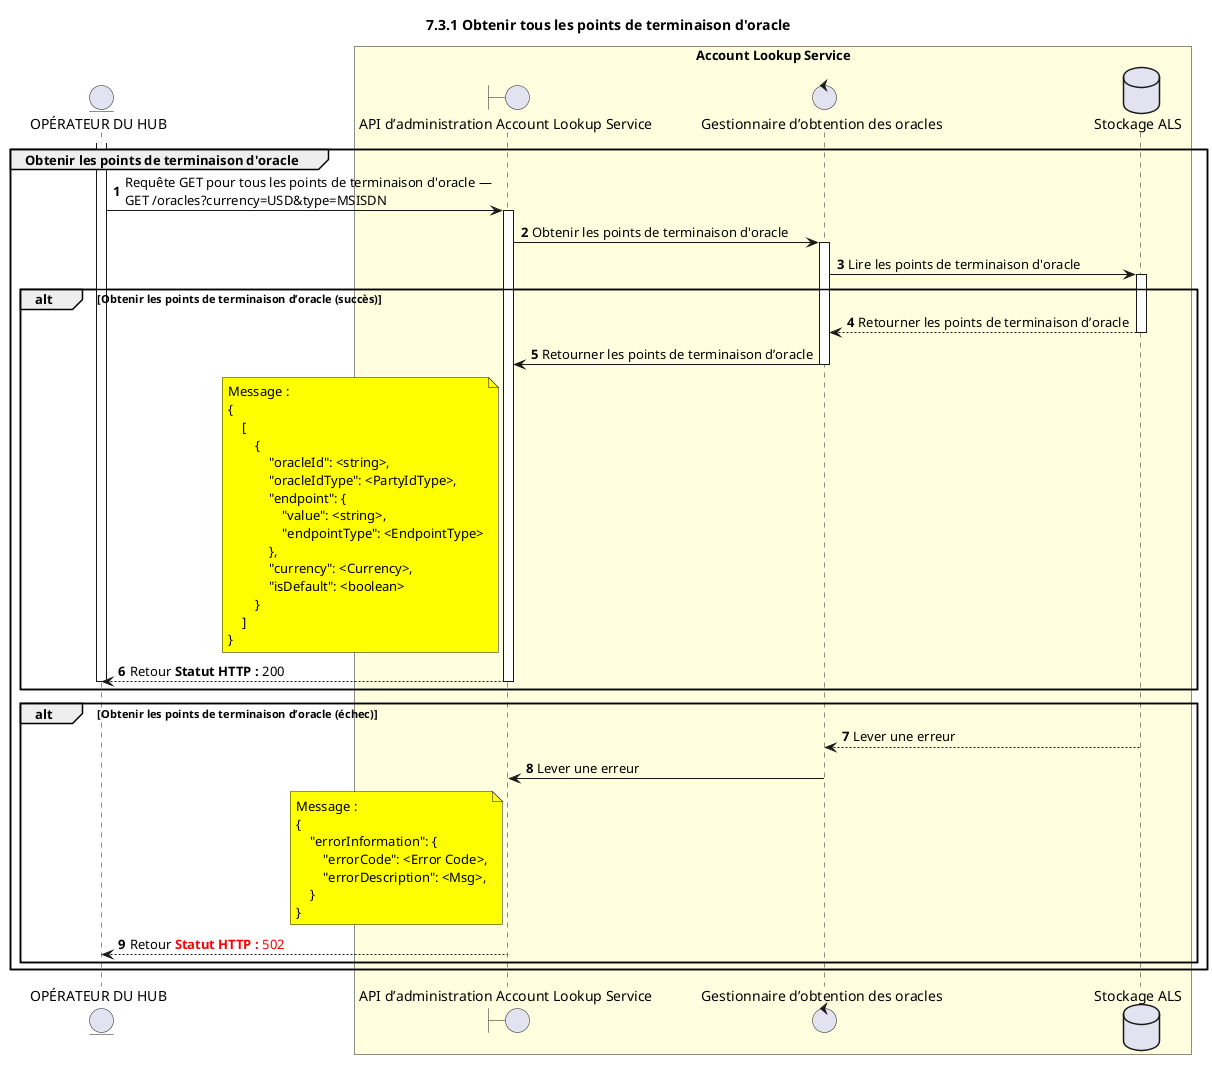
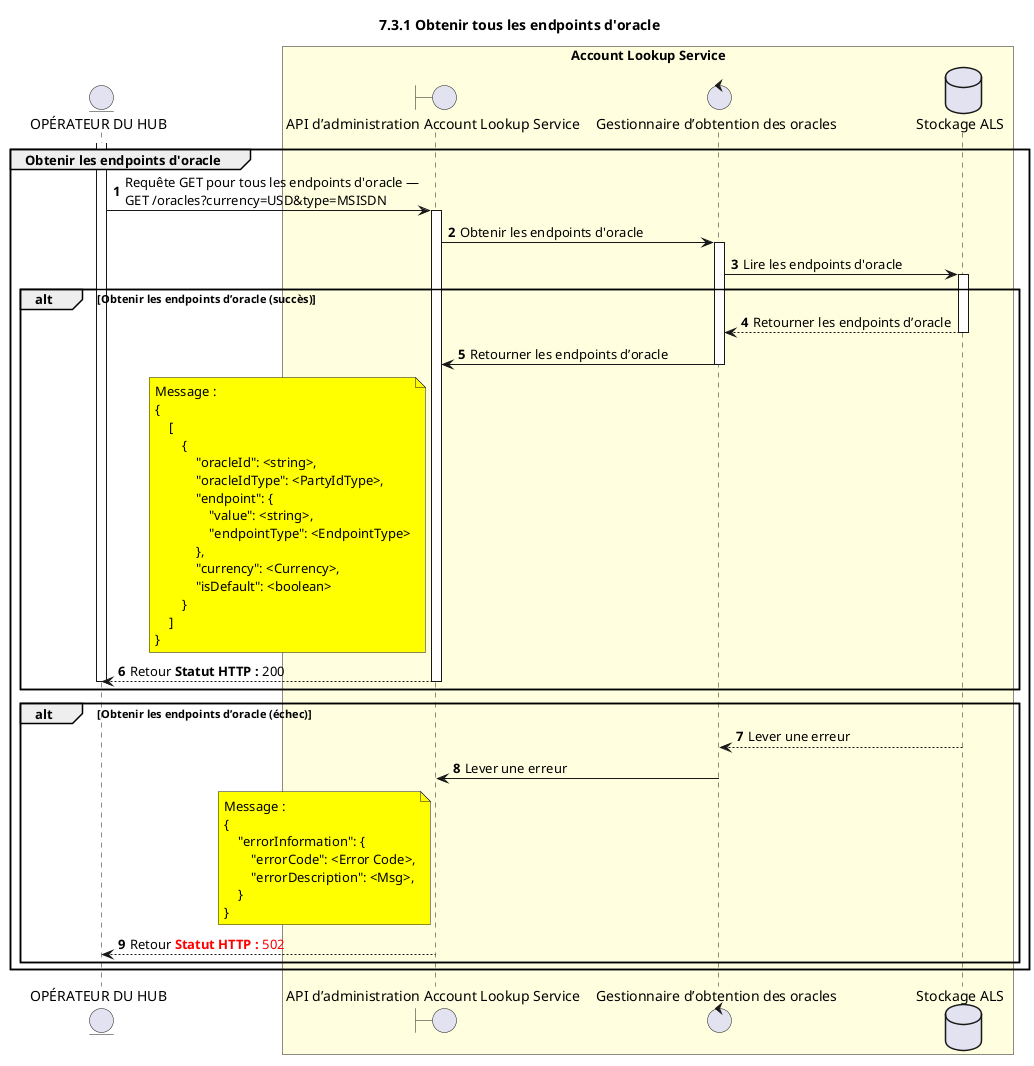
/'*****
 License
 --------------
 Copyright © 2017 Bill & Melinda Gates Foundation
 The Mojaloop files are made available by the Bill & Melinda Gates Foundation under the Apache License, Version 2.0 (the "License") and you may not use these files except in compliance with the License. You may obtain a copy of the License at
 http://www.apache.org/licenses/LICENSE-2.0
 Unless required by applicable law or agreed to in writing, the Mojaloop files are distributed on an "AS IS" BASIS, WITHOUT WARRANTIES OR CONDITIONS OF ANY KIND, either express or implied. See the License for the specific language governing permissions and limitations under the License.
 Contributors
 --------------
 This is the official list of the Mojaloop project contributors for this file.
 Names of the original copyright holders (individuals or organizations)
 should be listed with a '*' in the first column. People who have
 contributed from an organization can be listed under the organization
 that actually holds the copyright for their contributions (see the
 Gates Foundation organization for an example). Those individuals should have
 their names indented and be marked with a '-'. Email address can be added
 optionally within square brackets <email>.
 * Gates Foundation
 - Name Surname <name.surname@gatesfoundation.com>

 * Rajiv Mothilal <rajiv.mothilal@modusbox.com>
 --------------
 ******'/


@startuml
' titre
- title 7.3.1 Obtenir tous les points de terminaison d'oracle
+ title 7.3.1 Obtenir tous les endpoints d'oracle

autonumber


' Clés des acteurs :
' boundary - API / interfaces, etc.
' control - Gestionnaire d’administration ALS
' database - persistance base de données

' acteurs
entity "OPÉRATEUR DU HUB" as OPERATOR
boundary "API d’administration Account Lookup Service" as ALSADM
control "Gestionnaire d’obtention des oracles" as ORC_HANDLER
database "Stockage ALS" as DB

box "Account Lookup Service" #LightYellow
participant ALSADM
participant ORC_HANDLER
participant DB
end box

' flux

activate OPERATOR
- group Obtenir les points de terminaison d'oracle
-   OPERATOR -> ALSADM: Requête GET pour tous les points de terminaison d'oracle —\nGET /oracles?currency=USD&type=MSISDN
+ group Obtenir les endpoints d'oracle
+   OPERATOR -> ALSADM: Requête GET pour tous les endpoints d'oracle —\nGET /oracles?currency=USD&type=MSISDN
  activate ALSADM

-   ALSADM -> ORC_HANDLER: Obtenir les points de terminaison d'oracle
+   ALSADM -> ORC_HANDLER: Obtenir les endpoints d'oracle
  activate ORC_HANDLER
-   ORC_HANDLER -> DB: Lire les points de terminaison d'oracle
+   ORC_HANDLER -> DB: Lire les endpoints d'oracle
  activate DB

-   alt Obtenir les points de terminaison d’oracle (succès)
-     DB --> ORC_HANDLER: Retourner les points de terminaison d’oracle
+   alt Obtenir les endpoints d’oracle (succès)
+     DB --> ORC_HANDLER: Retourner les endpoints d’oracle
    deactivate DB

    deactivate DB
-     ORC_HANDLER -> ALSADM: Retourner les points de terminaison d’oracle
+     ORC_HANDLER -> ALSADM: Retourner les endpoints d’oracle
    deactivate ORC_HANDLER
    note left of ALSADM #yellow
        Message :
        {
            [
                {
                    "oracleId": <string>,
                    "oracleIdType": <PartyIdType>,
                    "endpoint": {
                        "value": <string>,
                        "endpointType": <EndpointType>
                    },
                    "currency": <Currency>,
                    "isDefault": <boolean>
                }
            ]
        }
    end note
    ALSADM --> OPERATOR: Retour <color #000000><b>Statut HTTP :</b> 200</color>

    deactivate ALSADM
    deactivate OPERATOR
  end

-   alt Obtenir les points de terminaison d’oracle (échec)
+   alt Obtenir les endpoints d’oracle (échec)
    DB --> ORC_HANDLER: Lever une erreur
    deactivate DB
    ORC_HANDLER -> ALSADM: Lever une erreur
    deactivate ORC_HANDLER
    note left of ALSADM #yellow
        Message :
        {
            "errorInformation": {
                "errorCode": <Error Code>,
                "errorDescription": <Msg>,
            }
        }
    end note

    ALSADM --> OPERATOR: Retour <color #FF0000><b>Statut HTTP :</b> 502</color>

    deactivate ALSADM
    deactivate OPERATOR


  end
end

@enduml
